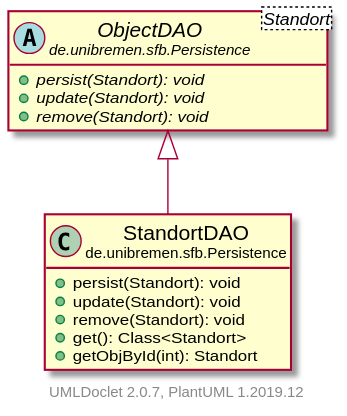
Before: doc/UML/modulsichtSVG/StandortDAO.svg, a diagram exported from PlantUML (fkehlenb/softwareprojekt-2).
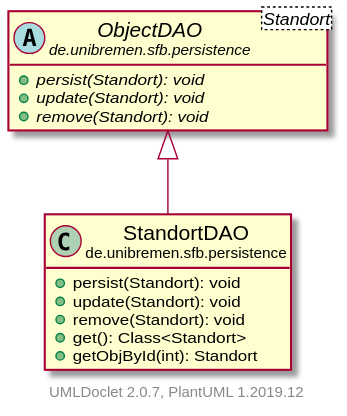
The same file after the commit.

Change to the diagram source:
```diff
@@ -3,7 +3,7 @@
     hide empty fields
     hide empty methods
 
-    class "<size:14>StandortDAO\n<size:10>de.unibremen.sfb.Persistence" as de.unibremen.sfb.Persistence.StandortDAO [[StandortDAO.html]] {
+    class "<size:14>StandortDAO\n<size:10>de.unibremen.sfb.persistence" as de.unibremen.sfb.persistence.StandortDAO [[StandortDAO.html]] {
         +persist(Standort): void
         +update(Standort): void
         +remove(Standort): void
@@ -11,13 +11,13 @@
         +getObjById(int): Standort
     }
 
-    abstract class "<size:14>ObjectDAO\n<size:10>de.unibremen.sfb.Persistence" as de.unibremen.sfb.Persistence.ObjectDAO<Standort> [[ObjectDAO.html]] {
+    abstract class "<size:14>ObjectDAO\n<size:10>de.unibremen.sfb.persistence" as de.unibremen.sfb.persistence.ObjectDAO<Standort> [[ObjectDAO.html]] {
         {abstract} +persist(Standort): void
         {abstract} +update(Standort): void
         {abstract} +remove(Standort): void
     }
 
-    de.unibremen.sfb.Persistence.ObjectDAO <|-- de.unibremen.sfb.Persistence.StandortDAO
+    de.unibremen.sfb.persistence.ObjectDAO <|-- de.unibremen.sfb.persistence.StandortDAO
 
     center footer UMLDoclet 2.0.7, PlantUML 1.2019.12
 @enduml
```
